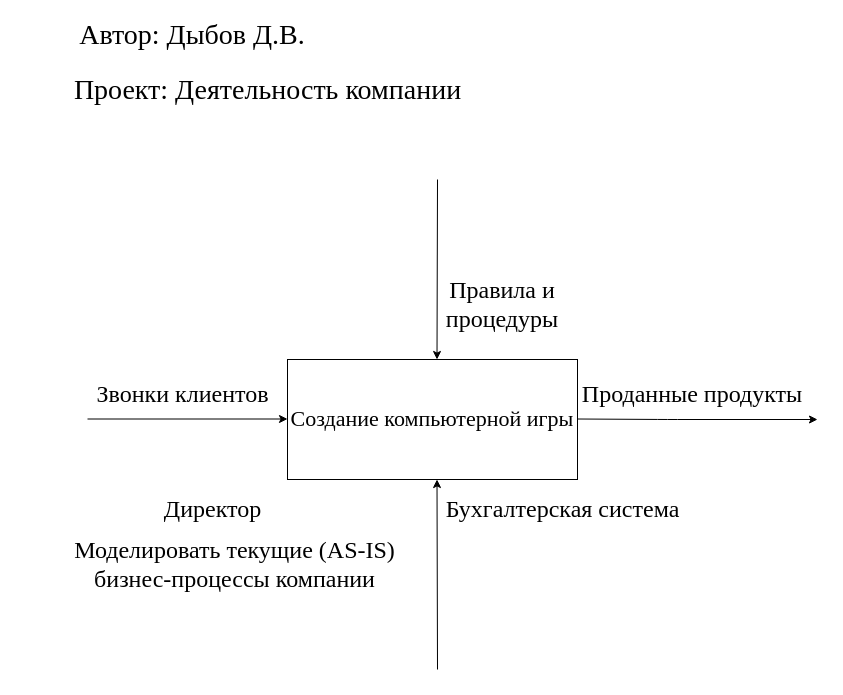
Before: Contecst Diagram.drawio in dibovdmitry/Labaratornaya2, a draw.io diagram. Source tidied: cells renumbered, new cells numbered last; positions are measured from the earlier drawing's top-left corner, leaving out a move shared by most shapes. Both pictures are drawn from the tidied source at 100%, with x=0, y=0 at pixel (67, 19).
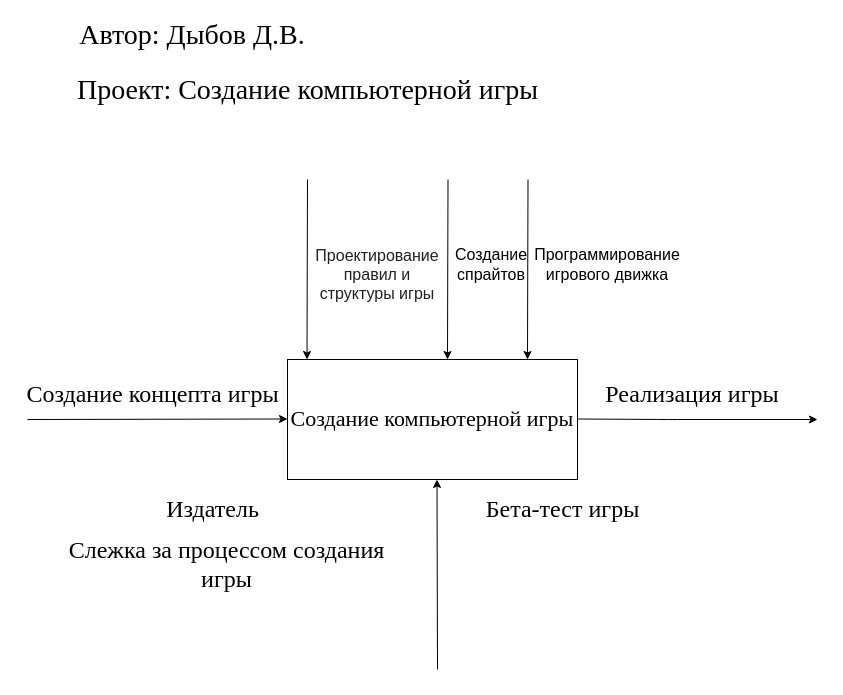
Above is the later version.

Change to the diagram source:
```diff
@@
     <mxCell id="3" style="endArrow=classic;html=1;" parent="1" edge="1">
       <mxGeometry relative="1" as="geometry">
-        <mxPoint x="370" y="160" as="sourcePoint" />
-        <mxPoint x="369.5" y="340" as="targetPoint" />
+        <mxPoint x="240" y="160" as="sourcePoint" />
+        <mxPoint x="239.5" y="340" as="targetPoint" />
       </mxGeometry>
     </mxCell>
     <mxCell id="4" style="endArrow=classic;html=1;" parent="1" edge="1">
       <mxGeometry relative="1" as="geometry">
-        <mxPoint x="20" y="399.5" as="sourcePoint" />
+        <mxPoint x="-40" y="400" as="sourcePoint" />
         <mxPoint x="220" y="399.5" as="targetPoint" />
       </mxGeometry>
     </mxCell>
@@
-    <mxCell id="8" value="Проект: Деятельность компании" style="text;html=1;align=center;verticalAlign=middle;strokeColor=none;fillColor=none;fontSize=28;fontFamily=Times New Roman;" parent="1" vertex="1">
-      <mxGeometry y="50" width="400" height="40" as="geometry" />
+    <mxCell id="8" value="Проект: Создание компьютерной игры" style="text;html=1;align=center;verticalAlign=middle;strokeColor=none;fillColor=none;fontSize=28;fontFamily=Times New Roman;" parent="1" vertex="1">
+      <mxGeometry y="50" width="480" height="40" as="geometry" />
     </mxCell>
-    <mxCell id="9" value="Звонки клиентов" style="text;html=1;align=center;verticalAlign=middle;strokeColor=none;fillColor=none;fontSize=24;fontFamily=Times New Roman;" parent="1" vertex="1">
-      <mxGeometry x="20" y="360" width="190" height="30" as="geometry" />
+    <mxCell id="9" value="Создание концепта игры" style="text;html=1;align=center;verticalAlign=middle;strokeColor=none;fillColor=none;fontSize=24;fontFamily=Times New Roman;" parent="1" vertex="1">
+      <mxGeometry x="-50" y="360" width="270" height="30" as="geometry" />
     </mxCell>
-    <mxCell id="10" value="Директор" style="text;html=1;align=center;verticalAlign=middle;strokeColor=none;fillColor=none;fontSize=24;fontFamily=Times New Roman;" parent="1" vertex="1">
+    <mxCell id="10" value="Издатель" style="text;html=1;align=center;verticalAlign=middle;strokeColor=none;fillColor=none;fontSize=24;fontFamily=Times New Roman;" parent="1" vertex="1">
       <mxGeometry x="90" y="475" width="110" height="30" as="geometry" />
     </mxCell>
-    <mxCell id="11" value="Моделировать текущие (AS-IS) бизнес-процессы компании" style="text;html=1;strokeColor=none;fillColor=none;align=center;verticalAlign=middle;whiteSpace=wrap;rounded=0;fontFamily=Times New Roman;fontSize=24;" parent="1" vertex="1">
-      <mxGeometry y="530" width="335" height="30" as="geometry" />
+    <mxCell id="11" value="Слежка за процессом создания игры" style="text;html=1;strokeColor=none;fillColor=none;align=center;verticalAlign=middle;whiteSpace=wrap;rounded=0;fontFamily=Times New Roman;fontSize=24;" parent="1" vertex="1">
+      <mxGeometry x="-8" y="530" width="335" height="30" as="geometry" />
     </mxCell>
-    <mxCell id="12" value="Правила и процедуры" style="text;html=1;strokeColor=none;fillColor=none;align=center;verticalAlign=middle;whiteSpace=wrap;rounded=0;fontFamily=Times New Roman;fontSize=24;" parent="1" vertex="1">
-      <mxGeometry x="400" y="270" width="70" height="30" as="geometry" />
+    <mxCell id="12" value="&lt;span style=&quot;color: rgb(32 , 33 , 34) ; font-family: sans-serif ; font-size: 16px ; background-color: rgb(255 , 255 , 255)&quot;&gt;Проектирование правил и структуры игры&lt;/span&gt;" style="text;html=1;strokeColor=none;fillColor=none;align=center;verticalAlign=middle;whiteSpace=wrap;rounded=0;fontFamily=Times New Roman;fontSize=16;" parent="1" vertex="1">
+      <mxGeometry x="250" y="240" width="120" height="30" as="geometry" />
     </mxCell>
-    <mxCell id="13" value="Проданные продукты" style="text;html=1;strokeColor=none;fillColor=none;align=center;verticalAlign=middle;whiteSpace=wrap;rounded=0;fontSize=24;fontFamily=Times New Roman;" parent="1" vertex="1">
+    <mxCell id="13" value="Реализация игры" style="text;html=1;strokeColor=none;fillColor=none;align=center;verticalAlign=middle;whiteSpace=wrap;rounded=0;fontSize=24;fontFamily=Times New Roman;" parent="1" vertex="1">
       <mxGeometry x="510" y="360" width="230" height="30" as="geometry" />
     </mxCell>
-    <mxCell id="14" value="Бухгалтерская система" style="text;html=1;align=center;verticalAlign=middle;strokeColor=none;fillColor=none;fontSize=24;fontFamily=Times New Roman;" parent="1" vertex="1">
-      <mxGeometry x="370" y="475" width="250" height="30" as="geometry" />
+    <mxCell id="14" value="Бета-тест игры" style="text;html=1;align=center;verticalAlign=middle;strokeColor=none;fillColor=none;fontSize=24;fontFamily=Times New Roman;" parent="1" vertex="1">
+      <mxGeometry x="410" y="475" width="170" height="30" as="geometry" />
     </mxCell>
+    <mxCell id="15" style="endArrow=classic;html=1;" parent="1" edge="1">
+      <mxGeometry relative="1" as="geometry">
+        <mxPoint x="380.5" y="160" as="sourcePoint" />
+        <mxPoint x="380" y="340" as="targetPoint" />
+      </mxGeometry>
+    </mxCell>
+    <mxCell id="16" value="Создание спрайтов" style="text;html=1;strokeColor=none;fillColor=none;align=center;verticalAlign=middle;whiteSpace=wrap;rounded=0;fontSize=16;" parent="1" vertex="1">
+      <mxGeometry x="394" y="230" width="60" height="30" as="geometry" />
+    </mxCell>
+    <mxCell id="17" style="endArrow=classic;html=1;" parent="1" edge="1">
+      <mxGeometry relative="1" as="geometry">
+        <mxPoint x="460.5" y="160" as="sourcePoint" />
+        <mxPoint x="460" y="340" as="targetPoint" />
+      </mxGeometry>
+    </mxCell>
+    <mxCell id="18" value="Программирование игрового движка" style="text;html=1;strokeColor=none;fillColor=none;align=center;verticalAlign=middle;whiteSpace=wrap;rounded=0;fontSize=16;" parent="1" vertex="1">
+      <mxGeometry x="510" y="230" width="60" height="30" as="geometry" />
+    </mxCell>
```
